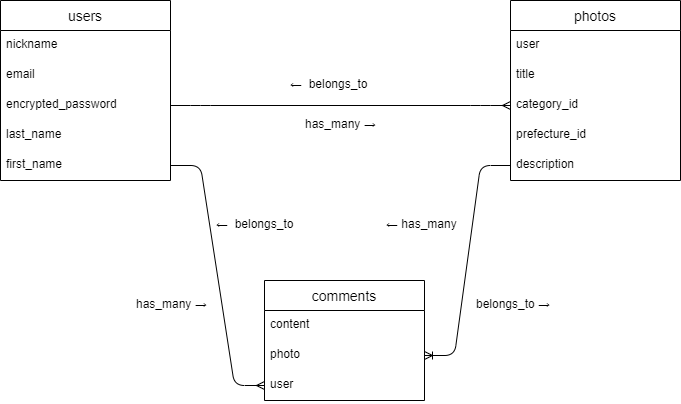
Above: drive.png in dagjwtpoad/drive_to_photograph (draw.io), before the change. Source tidied: cells renumbered, new cells last; positions are measured from the earlier drawing's top-left corner, leaving out a move shared by most shapes.
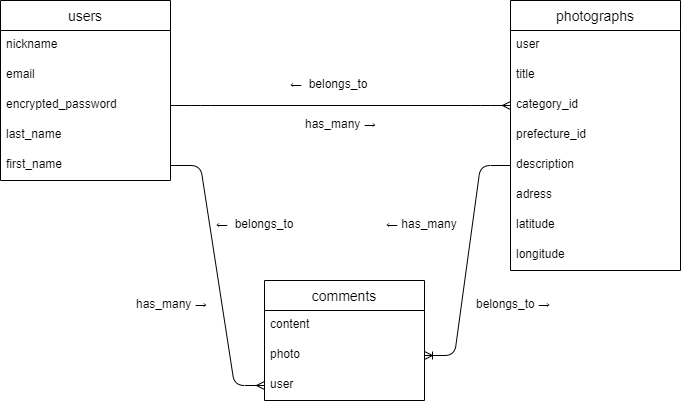
After the change.

Diff of the diagram source:
```diff
@@ -20,8 +20,8 @@
     <mxCell id="7" value="first_name" style="text;strokeColor=none;fillColor=none;spacingLeft=4;spacingRight=4;overflow=hidden;points=[[0,0.5],[1,0.5]];portConstraint=eastwest;fontSize=12;" parent="2" vertex="1">
       <mxGeometry y="150" width="170" height="30" as="geometry" />
     </mxCell>
-    <mxCell id="8" value="photos" style="swimlane;fontStyle=0;horizontal=1;startSize=30;align=center;fontSize=14;" parent="1" vertex="1">
-      <mxGeometry x="510" width="170" height="180" as="geometry" />
+    <mxCell id="8" value="photographs" style="swimlane;fontStyle=0;horizontal=1;startSize=30;align=center;fontSize=14;" parent="1" vertex="1">
+      <mxGeometry x="510" width="170" height="270" as="geometry" />
     </mxCell>
     <mxCell id="9" value="user" style="text;strokeColor=none;fillColor=none;spacingLeft=4;spacingRight=4;overflow=hidden;fontSize=12;" parent="8" vertex="1">
       <mxGeometry y="30" width="170" height="30" as="geometry" />
@@ -38,6 +38,15 @@
     <mxCell id="13" value="description" style="text;strokeColor=none;fillColor=none;spacingLeft=4;spacingRight=4;overflow=hidden;points=[[0,0.5],[1,0.5]];portConstraint=eastwest;fontSize=12;" parent="8" vertex="1">
       <mxGeometry y="150" width="170" height="30" as="geometry" />
     </mxCell>
+    <mxCell id="27" value="adress" style="text;strokeColor=none;fillColor=none;spacingLeft=4;spacingRight=4;overflow=hidden;fontSize=12;" parent="8" vertex="1">
+      <mxGeometry y="180" width="170" height="30" as="geometry" />
+    </mxCell>
+    <mxCell id="28" value="latitude" style="text;strokeColor=none;fillColor=none;spacingLeft=4;spacingRight=4;overflow=hidden;fontSize=12;" parent="8" vertex="1">
+      <mxGeometry y="210" width="170" height="30" as="geometry" />
+    </mxCell>
+    <mxCell id="29" value="longitude" style="text;strokeColor=none;fillColor=none;spacingLeft=4;spacingRight=4;overflow=hidden;fontSize=12;" parent="8" vertex="1">
+      <mxGeometry y="240" width="170" height="30" as="geometry" />
+    </mxCell>
     <mxCell id="14" value="comments" style="swimlane;fontStyle=0;horizontal=1;startSize=30;align=center;fontSize=14;" parent="1" vertex="1">
       <mxGeometry x="264" y="280" width="160" height="120" as="geometry" />
     </mxCell>
```
